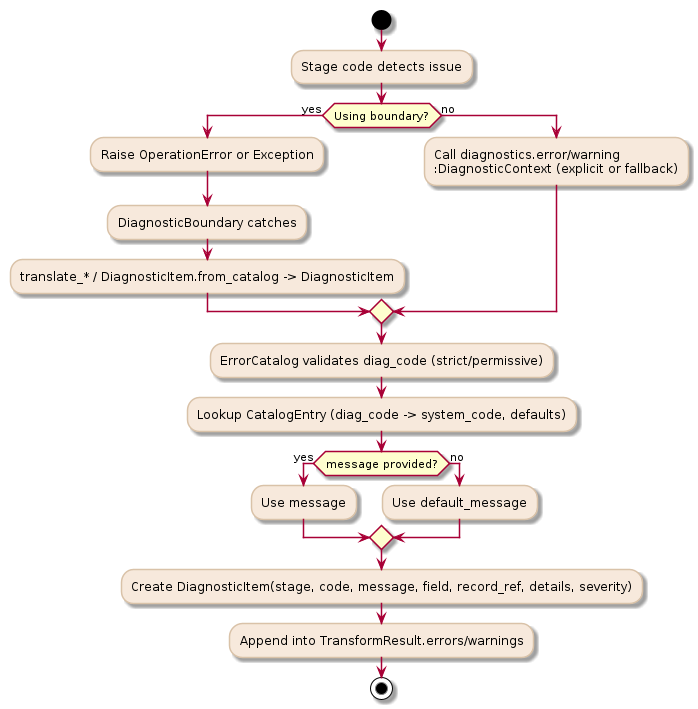
This is docs/uml/pipeline/diagnostic_layer/diagnostic_layer_activity.png from xORex-LC/nexus-etl, a PlantUML export, as it was before one commit. Its source is kept beside it as docs/uml/pipeline/diagnostic_layer/diagnostic_layer_activity.puml.
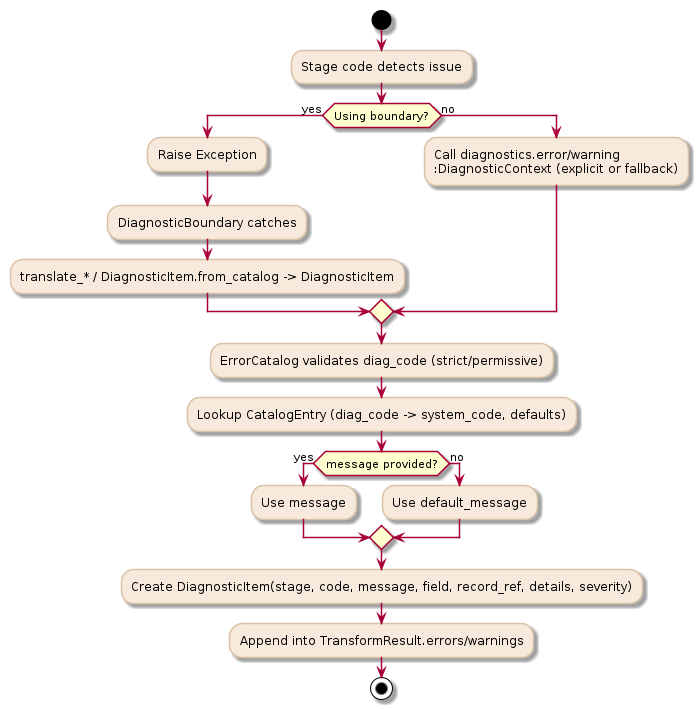
After the commit.

Change to the diagram source:
```diff
@@ -7,7 +7,7 @@
 start
 :Stage code detects issue;
 if (Using boundary?) then (yes)
-  :Raise OperationError or Exception;
+  :Raise Exception;
   :DiagnosticBoundary catches;
   :translate_* / DiagnosticItem.from_catalog -> DiagnosticItem;
 else (no)
```
